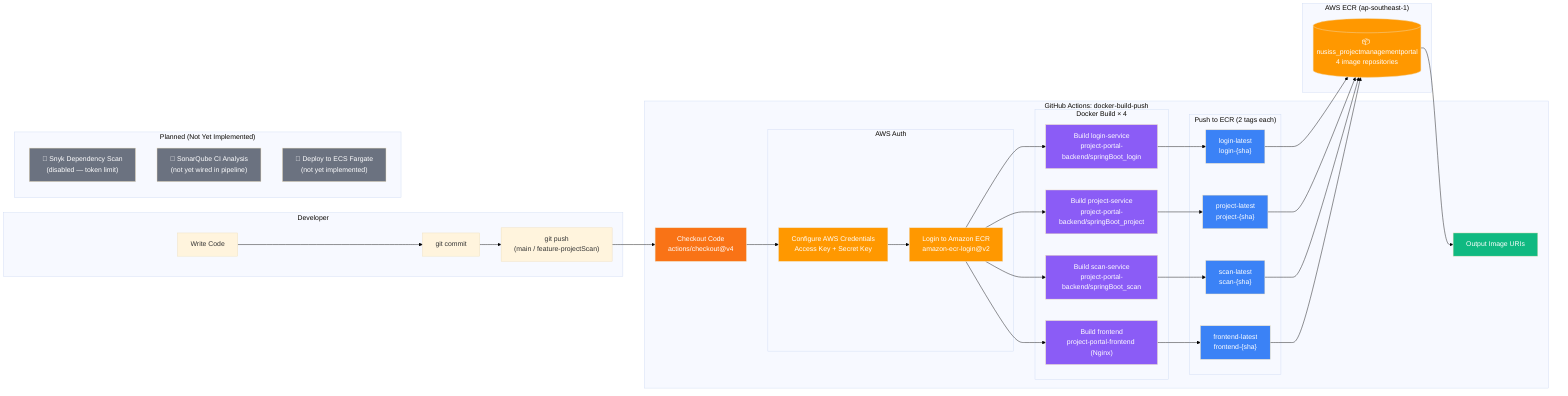
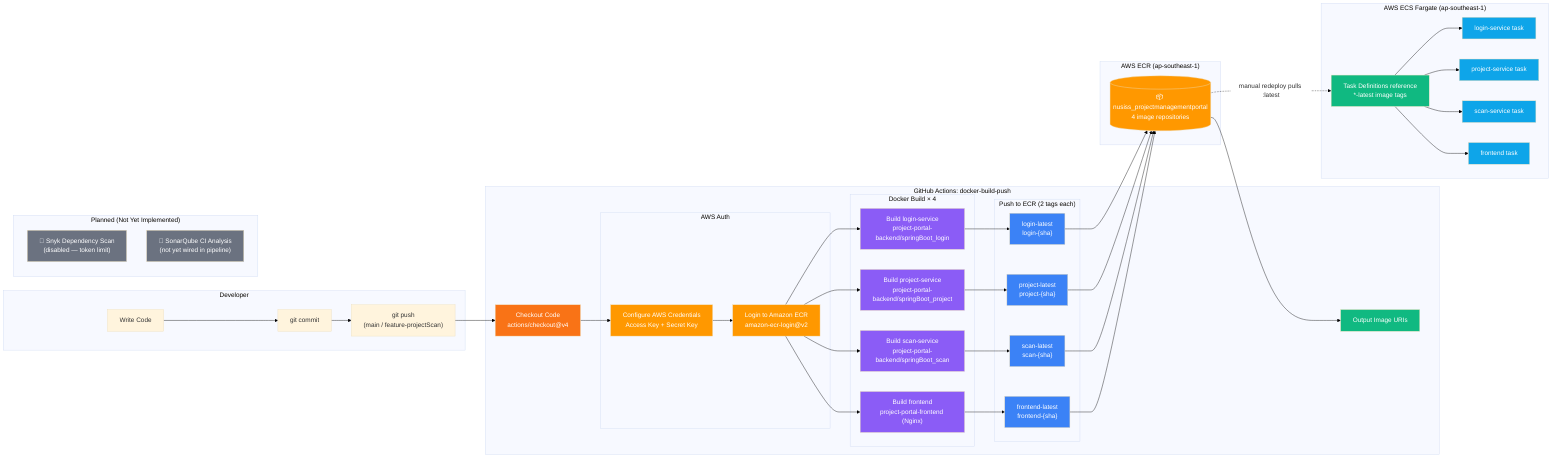
%%{init: {'theme': 'base', 'themeVariables': {'lineColor': '#000000', 'edgeLabelBackground': '#ffffff'}}}%%
flowchart LR
    subgraph "Developer"
        Code[Write Code]
        Commit[git commit]
        Push["git push
(main / feature-projectScan)"]
    end

    subgraph "GitHub Actions: docker-build-push"

        Checkout[Checkout Code\nactions/checkout@v4]

        subgraph "AWS Auth"
            AWSCreds[Configure AWS Credentials\nAccess Key + Secret Key]
            ECRLogin[Login to Amazon ECR\namazon-ecr-login@v2]
        end

        subgraph "Docker Build × 4"
            B1["Build login-service
project-portal-backend/springBoot_login"]
            B2["Build project-service
project-portal-backend/springBoot_project"]
            B3["Build scan-service
project-portal-backend/springBoot_scan"]
            B4["Build frontend
project-portal-frontend (Nginx)"]
        end

        subgraph "Push to ECR (2 tags each)"
            T1["login-latest
login-{sha}"]
            T2["project-latest
project-{sha}"]
            T3["scan-latest
scan-{sha}"]
            T4["frontend-latest
frontend-{sha}"]
        end

        Output[Output Image URIs]
    end

    subgraph "AWS ECR (ap-southeast-1)"
        ECR[("📦 nusiss_projectmanagementportal
4 image repositories")]
    end

+     subgraph "AWS ECS Fargate (ap-southeast-1)"
+         FDeploy["Task Definitions reference
+ *-latest image tags"]
+         F1["login-service task"]
+         F2["project-service task"]
+         F3["scan-service task"]
+         F4["frontend task"]
+     end
+ 
    subgraph "Planned (Not Yet Implemented)"
        Snyk["🚫 Snyk Dependency Scan
(disabled — token limit)"]
        SonarCI["🚫 SonarQube CI Analysis
(not yet wired in pipeline)"]
-         ECS["🚫 Deploy to ECS Fargate
- (not yet implemented)"]
    end

    Code --> Commit --> Push --> Checkout
    Checkout --> AWSCreds --> ECRLogin
    ECRLogin --> B1 & B2 & B3 & B4
    B1 --> T1 --> ECR
    B2 --> T2 --> ECR
    B3 --> T3 --> ECR
    B4 --> T4 --> ECR
    ECR --> Output
+     ECR -.->|"manual redeploy pulls :latest"| FDeploy
+     FDeploy --> F1 & F2 & F3 & F4

    %% Styling
    style Checkout fill:#f97316,color:#fff
    style AWSCreds fill:#FF9800,color:#fff
    style ECRLogin fill:#FF9800,color:#fff
    style B1 fill:#8b5cf6,color:#fff
    style B2 fill:#8b5cf6,color:#fff
    style B3 fill:#8b5cf6,color:#fff
    style B4 fill:#8b5cf6,color:#fff
    style T1 fill:#3b82f6,color:#fff
    style T2 fill:#3b82f6,color:#fff
    style T3 fill:#3b82f6,color:#fff
    style T4 fill:#3b82f6,color:#fff
    style ECR fill:#FF9800,color:#fff
    style Output fill:#10b981,color:#fff
+     style FDeploy fill:#10b981,color:#fff
+     style F1 fill:#0ea5e9,color:#fff
+     style F2 fill:#0ea5e9,color:#fff
+     style F3 fill:#0ea5e9,color:#fff
+     style F4 fill:#0ea5e9,color:#fff
    style Snyk fill:#6b7280,color:#fff
    style SonarCI fill:#6b7280,color:#fff
-     style ECS fill:#6b7280,color:#fff
